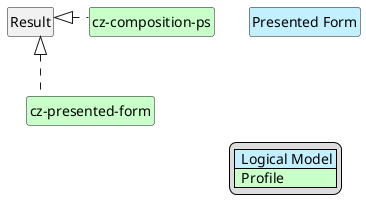
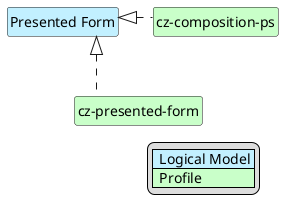
@startuml PS_PresentedForm-map
hide circle
hide stereotype
hide members
hide methods
skinparam linetype ortho
skinparam class {
BackgroundColor<<LogicalModel>> #APPLICATION
BackgroundColor<<Profile>> #TECHNOLOGY
}
legend right
| <#APPLICATION>  Logical Model |
| <#TECHNOLOGY>  Profile |
endlegend

class "Presented Form" <<LogicalModel>> [[StructureDefinition-LogCzPresentedFormEn.html]]
' note top #EEEEAE [[ConceptMap-presentedForm2FHIR-cz-ps.html]]
' Concept Map
' endnote
' --- Profiles mapping Alerts ---
class "cz-composition-ps" <<Profile>> [[StructureDefinition-cz-composition-ps.html]]
- class "cz-presented-form" <<Profile>> [[StructureDefinition-cz-presented-form.html]]
+ class "cz-presented-form" <<Profile>> [[https://build.fhir.org/ig/HL7-cz/cz-core/StructureDefinition-cz-presented-form.html]]
+ 
' --- Realization links ---
- "Result" <|. "cz-composition-ps"
- "Result" <|. "cz-presented-form"
- ' ' (volitelné – skryté vazby jen pro rozložení v diagramu)
- "Result" -d[hidden]-> "cz-composition-ps"
+ "Presented Form" <|. "cz-composition-ps"
+ "Presented Form" <|. "cz-presented-form"
+ 
+ ' skryté vazby jen pro rozložení v diagramu
+ "Presented Form" -d[hidden]-> "cz-composition-ps"
"cz-composition-ps" -d[hidden]-> "cz-presented-form"

@enduml